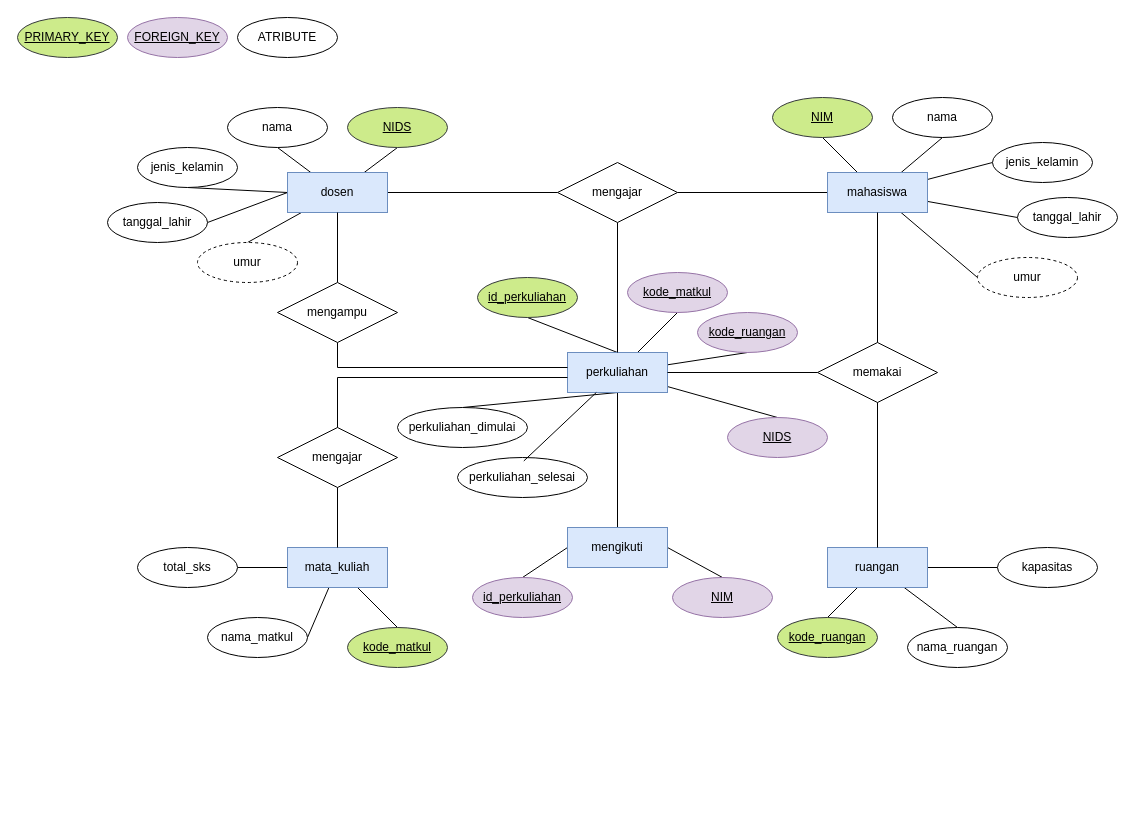
This is revisi erd perkuliahan.drawio from dhendisyafaa/drawio, a draw.io file, before an edit. Source tidied: cells renumbered, new cells numbered last; positions are measured from the earlier drawing's top-left corner, leaving out a move shared by most shapes. Both pictures are drawn from the tidied source at 100%, with x=0, y=0 at pixel (17, 17).
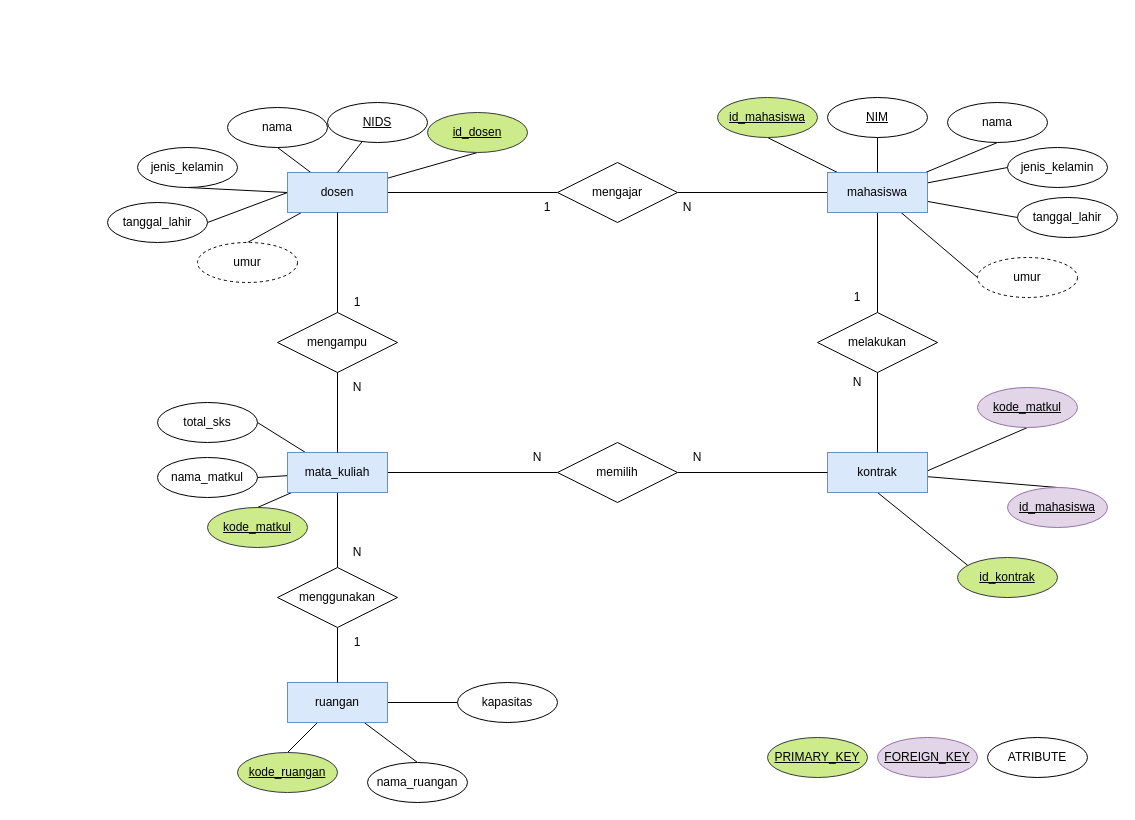
Above is the later version.

Unchanged cells that the change refers to:
```xml
<mxCell id="8" value="mahasiswa" style="whiteSpace=wrap;html=1;align=center;fillColor=#dae8fc;strokeColor=#6c8ebf;" parent="1" vertex="1">
  <mxGeometry x="810" y="155" width="100" height="40" as="geometry" />
</mxCell>
<mxCell id="19" value="dosen" style="whiteSpace=wrap;html=1;align=center;fillColor=#dae8fc;strokeColor=#6c8ebf;" parent="1" vertex="1">
  <mxGeometry x="270" y="155" width="100" height="40" as="geometry" />
</mxCell>
<mxCell id="68" value="mengajar" style="shape=rhombus;perimeter=rhombusPerimeter;whiteSpace=wrap;html=1;align=center;" parent="1" vertex="1">
  <mxGeometry x="540" y="145" width="120" height="60" as="geometry" />
</mxCell>
```

What changed in the source:
```diff
@@
+    <mxCell id="74" style="rounded=0;jettySize=auto;html=1;entryX=0.5;entryY=0;entryDx=0;entryDy=0;endArrow=none;startFill=0;" parent="1" edge="1" source="8" target="82">
+      <mxGeometry relative="1" as="geometry" />
+    </mxCell>
@@
-    <mxCell id="9" value="NIM" style="ellipse;whiteSpace=wrap;html=1;align=center;fontStyle=4;fillColor=#cdeb8b;strokeColor=#36393d;" parent="1" vertex="1">
-      <mxGeometry x="755" y="80" width="100" height="40" as="geometry" />
+    <mxCell id="9" value="id_mahasiswa" style="ellipse;whiteSpace=wrap;html=1;align=center;fontStyle=4;fillColor=#cdeb8b;strokeColor=#36393d;" parent="1" vertex="1">
+      <mxGeometry x="700" y="80" width="100" height="40" as="geometry" />
     </mxCell>
     <mxCell id="10" value="nama" style="ellipse;whiteSpace=wrap;html=1;align=center;" parent="1" vertex="1">
-      <mxGeometry x="875" y="80" width="100" height="40" as="geometry" />
+      <mxGeometry x="930" y="85" width="100" height="40" as="geometry" />
     </mxCell>
     <mxCell id="11" value="jenis_kelamin" style="ellipse;whiteSpace=wrap;html=1;align=center;" parent="1" vertex="1">
-      <mxGeometry x="975" y="125" width="100" height="40" as="geometry" />
+      <mxGeometry x="990" y="130" width="100" height="40" as="geometry" />
     </mxCell>
@@
-    <mxCell id="20" value="NIDS" style="ellipse;whiteSpace=wrap;html=1;align=center;fontStyle=4;fillColor=#cdeb8b;strokeColor=#36393d;" parent="1" vertex="1">
-      <mxGeometry x="330" y="90" width="100" height="40" as="geometry" />
+    <mxCell id="20" value="id_dosen" style="ellipse;whiteSpace=wrap;html=1;align=center;fontStyle=4;fillColor=#cdeb8b;strokeColor=#36393d;" parent="1" vertex="1">
+      <mxGeometry x="410" y="95" width="100" height="40" as="geometry" />
     </mxCell>
@@
+    <mxCell id="75" style="edgeStyle=orthogonalEdgeStyle;rounded=0;jettySize=auto;html=1;entryX=0;entryY=0.5;entryDx=0;entryDy=0;endArrow=none;startFill=0;" parent="1" edge="1" source="27" target="84">
+      <mxGeometry relative="1" as="geometry" />
+    </mxCell>
+    <mxCell id="76" style="edgeStyle=orthogonalEdgeStyle;rounded=0;jettySize=auto;html=1;entryX=0.5;entryY=0;entryDx=0;entryDy=0;endArrow=none;startFill=0;" parent="1" edge="1" source="27" target="86">
+      <mxGeometry relative="1" as="geometry" />
+    </mxCell>
     <mxCell id="27" value="mata_kuliah" style="whiteSpace=wrap;html=1;align=center;fillColor=#dae8fc;strokeColor=#6c8ebf;" parent="1" vertex="1">
-      <mxGeometry x="270" y="530" width="100" height="40" as="geometry" />
+      <mxGeometry x="270" y="435" width="100" height="40" as="geometry" />
     </mxCell>
     <mxCell id="28" value="nama_matkul" style="ellipse;whiteSpace=wrap;html=1;align=center;" parent="1" vertex="1">
-      <mxGeometry x="190" y="600" width="100" height="40" as="geometry" />
+      <mxGeometry x="140" y="440" width="100" height="40" as="geometry" />
     </mxCell>
     <mxCell id="29" value="kode_matkul" style="ellipse;whiteSpace=wrap;html=1;align=center;fontStyle=4;fillColor=#cdeb8b;strokeColor=#36393d;" parent="1" vertex="1">
-      <mxGeometry x="330" y="610" width="100" height="40" as="geometry" />
+      <mxGeometry x="190" y="490" width="100" height="40" as="geometry" />
     </mxCell>
     <mxCell id="30" value="total_sks" style="ellipse;whiteSpace=wrap;html=1;align=center;" parent="1" vertex="1">
-      <mxGeometry x="120" y="530" width="100" height="40" as="geometry" />
+      <mxGeometry x="140" y="385" width="100" height="40" as="geometry" />
     </mxCell>
@@
     <mxCell id="34" value="ruangan" style="whiteSpace=wrap;html=1;align=center;fillColor=#dae8fc;strokeColor=#6c8ebf;" parent="1" vertex="1">
-      <mxGeometry x="810" y="530" width="100" height="40" as="geometry" />
+      <mxGeometry x="270" y="665" width="100" height="40" as="geometry" />
     </mxCell>
     <mxCell id="35" value="kode_ruangan" style="ellipse;whiteSpace=wrap;html=1;align=center;fontStyle=4;fillColor=#cdeb8b;strokeColor=#36393d;" parent="1" vertex="1">
-      <mxGeometry x="760" y="600" width="100" height="40" as="geometry" />
+      <mxGeometry x="220" y="735" width="100" height="40" as="geometry" />
     </mxCell>
     <mxCell id="36" value="nama_ruangan" style="ellipse;whiteSpace=wrap;html=1;align=center;" parent="1" vertex="1">
-      <mxGeometry x="890" y="610" width="100" height="40" as="geometry" />
+      <mxGeometry x="350" y="745" width="100" height="40" as="geometry" />
     </mxCell>
     <mxCell id="37" value="kapasitas" style="ellipse;whiteSpace=wrap;html=1;align=center;" parent="1" vertex="1">
-      <mxGeometry x="980" y="530" width="100" height="40" as="geometry" />
+      <mxGeometry x="440" y="665" width="100" height="40" as="geometry" />
     </mxCell>
@@
-    <mxCell id="39" value="memakai" style="shape=rhombus;perimeter=rhombusPerimeter;whiteSpace=wrap;html=1;align=center;" parent="1" vertex="1">
-      <mxGeometry x="800" y="325" width="120" height="60" as="geometry" />
-    </mxCell>
-    <mxCell id="40" value="mengajar" style="shape=rhombus;perimeter=rhombusPerimeter;whiteSpace=wrap;html=1;align=center;" parent="1" vertex="1">
-      <mxGeometry x="260" y="410" width="120" height="60" as="geometry" />
+    <mxCell id="40" value="mengampu" style="shape=rhombus;perimeter=rhombusPerimeter;whiteSpace=wrap;html=1;align=center;" parent="1" vertex="1">
+      <mxGeometry x="260" y="295" width="120" height="60" as="geometry" />
     </mxCell>
-    <mxCell id="41" style="rounded=0;jettySize=auto;html=1;entryX=0.5;entryY=1;entryDx=0;entryDy=0;endArrow=none;startFill=0;exitX=0.5;exitY=0;exitDx=0;exitDy=0;" parent="1" edge="1" source="48" target="49">
+    <mxCell id="41" style="rounded=0;jettySize=auto;html=1;entryX=0.5;entryY=1;entryDx=0;entryDy=0;endArrow=none;startFill=0;exitX=0.5;exitY=1;exitDx=0;exitDy=0;" parent="1" edge="1" source="48" target="49">
       <mxGeometry relative="1" as="geometry" />
     </mxCell>
-    <mxCell id="42" style="rounded=0;jettySize=auto;html=1;entryX=0.5;entryY=1;entryDx=0;entryDy=0;endArrow=none;startFill=0;" parent="1" edge="1" source="48" target="50">
+    <mxCell id="42" style="rounded=0;jettySize=auto;html=1;entryX=0.5;entryY=1;entryDx=0;entryDy=0;endArrow=none;startFill=0;exitX=0.5;exitY=1;exitDx=0;exitDy=0;" parent="1" edge="1" source="48" target="50">
       <mxGeometry relative="1" as="geometry" />
     </mxCell>
-    <mxCell id="43" style="rounded=0;jettySize=auto;html=1;entryX=0.5;entryY=0;entryDx=0;entryDy=0;endArrow=none;startFill=0;exitX=1;exitY=0.5;exitDx=0;exitDy=0;" parent="1" edge="1" source="72" target="51">
-      <mxGeometry relative="1" as="geometry" />
-    </mxCell>
-    <mxCell id="44" style="rounded=0;jettySize=auto;html=1;entryX=0.5;entryY=1;entryDx=0;entryDy=0;endArrow=none;startFill=0;" parent="1" edge="1" source="48" target="60">
-      <mxGeometry relative="1" as="geometry" />
-    </mxCell>
-    <mxCell id="45" style="rounded=0;jettySize=auto;html=1;entryX=0.5;entryY=0;entryDx=0;entryDy=0;exitX=0.5;exitY=1;exitDx=0;exitDy=0;endArrow=none;startFill=0;" parent="1" edge="1" source="48" target="61">
-      <mxGeometry relative="1" as="geometry" />
-    </mxCell>
-    <mxCell id="46" style="rounded=0;jettySize=auto;html=1;entryX=0.5;entryY=0;entryDx=0;entryDy=0;endArrow=none;startFill=0;" parent="1" edge="1" source="48" target="52">
-      <mxGeometry relative="1" as="geometry" />
-    </mxCell>
-    <mxCell id="47" style="edgeStyle=orthogonalEdgeStyle;rounded=0;jettySize=auto;html=1;endArrow=none;startFill=0;" parent="1" edge="1" source="48" target="72">
-      <mxGeometry relative="1" as="geometry" />
-    </mxCell>
+    <mxCell id="77" style="rounded=0;jettySize=auto;html=1;entryX=0.5;entryY=0;entryDx=0;entryDy=0;endArrow=none;startFill=0;" parent="1" edge="1" source="48" target="78">
+      <mxGeometry relative="1" as="geometry" />
+    </mxCell>
-    <mxCell id="48" value="perkuliahan" style="whiteSpace=wrap;html=1;align=center;fillColor=#dae8fc;strokeColor=#6c8ebf;" parent="1" vertex="1">
-      <mxGeometry x="550" y="335" width="100" height="40" as="geometry" />
+    <mxCell id="48" value="kontrak" style="whiteSpace=wrap;html=1;align=center;fillColor=#dae8fc;strokeColor=#6c8ebf;" parent="1" vertex="1">
+      <mxGeometry x="810" y="435" width="100" height="40" as="geometry" />
     </mxCell>
-    <mxCell id="49" value="id_perkuliahan" style="ellipse;whiteSpace=wrap;html=1;align=center;fontStyle=4;fillColor=#cdeb8b;strokeColor=#36393d;" parent="1" vertex="1">
-      <mxGeometry x="460" y="260" width="100" height="40" as="geometry" />
+    <mxCell id="49" value="id_kontrak" style="ellipse;whiteSpace=wrap;html=1;align=center;fontStyle=4;fillColor=#cdeb8b;strokeColor=#36393d;" parent="1" vertex="1">
+      <mxGeometry x="940" y="540" width="100" height="40" as="geometry" />
     </mxCell>
     <mxCell id="50" value="kode_matkul" style="ellipse;whiteSpace=wrap;html=1;align=center;fillColor=#e1d5e7;strokeColor=#9673a6;fontStyle=4;" parent="1" vertex="1">
-      <mxGeometry x="610" y="255" width="100" height="40" as="geometry" />
+      <mxGeometry x="960" y="370" width="100" height="40" as="geometry" />
     </mxCell>
-    <mxCell id="51" value="NIM" style="ellipse;whiteSpace=wrap;html=1;align=center;fillColor=#e1d5e7;strokeColor=#9673a6;fontStyle=4;" parent="1" vertex="1">
-      <mxGeometry x="655" y="560" width="100" height="40" as="geometry" />
-    </mxCell>
-    <mxCell id="52" value="NIDS" style="ellipse;whiteSpace=wrap;html=1;align=center;fillColor=#e1d5e7;strokeColor=#9673a6;fontStyle=4;" parent="1" vertex="1">
-      <mxGeometry x="710" y="400" width="100" height="40" as="geometry" />
-    </mxCell>
@@
-    <mxCell id="54" style="fontSize=12;html=1;endArrow=none;endFill=1;rounded=0;entryX=0.5;entryY=1;entryDx=0;entryDy=0;exitX=0.5;exitY=0;exitDx=0;exitDy=0;startFill=0;" parent="1" edge="1" source="70" target="19">
+    <mxCell id="54" style="fontSize=12;html=1;endArrow=none;endFill=1;rounded=0;entryX=0.5;entryY=1;entryDx=0;entryDy=0;exitX=0.5;exitY=0;exitDx=0;exitDy=0;startFill=0;" parent="1" edge="1" source="40" target="19">
       <mxGeometry relative="1" as="geometry" />
     </mxCell>
-    <mxCell id="55" style="fontSize=12;html=1;endArrow=none;rounded=0;entryX=0.5;entryY=1;entryDx=0;entryDy=0;exitX=0.5;exitY=0;exitDx=0;exitDy=0;startFill=0;" parent="1" edge="1" source="39" target="8">
-      <mxGeometry relative="1" as="geometry" />
-    </mxCell>
-    <mxCell id="56" style="fontSize=12;html=1;endArrow=none;endFill=1;rounded=0;entryX=0.5;entryY=0;entryDx=0;entryDy=0;exitX=0.5;exitY=1;exitDx=0;exitDy=0;startFill=0;" parent="1" edge="1" source="39" target="34">
-      <mxGeometry relative="1" as="geometry" />
-    </mxCell>
-    <mxCell id="57" style="fontSize=12;html=1;endArrow=none;rounded=0;exitX=0.5;exitY=0;exitDx=0;exitDy=0;startFill=0;edgeStyle=orthogonalEdgeStyle;" parent="1" edge="1" source="40">
-      <mxGeometry relative="1" as="geometry">
-        <mxPoint x="550" y="360" as="targetPoint" />
-        <Array as="points">
-          <mxPoint x="320" y="360" />
-          <mxPoint x="550" y="360" />
-        </Array>
-      </mxGeometry>
-    </mxCell>
-    <mxCell id="58" style="fontSize=12;html=1;endArrow=none;rounded=0;entryX=1;entryY=0.5;entryDx=0;entryDy=0;exitX=0;exitY=0.5;exitDx=0;exitDy=0;startFill=0;" parent="1" edge="1" source="39" target="48">
-      <mxGeometry relative="1" as="geometry" />
-    </mxCell>
@@
-    <mxCell id="60" value="kode_ruangan" style="ellipse;whiteSpace=wrap;html=1;align=center;fillColor=#e1d5e7;strokeColor=#9673a6;fontStyle=4;" parent="1" vertex="1">
-      <mxGeometry x="680" y="295" width="100" height="40" as="geometry" />
-    </mxCell>
-    <mxCell id="61" value="perkuliahan_dimulai" style="ellipse;whiteSpace=wrap;html=1;align=center;" parent="1" vertex="1">
-      <mxGeometry x="380" y="390" width="130" height="40" as="geometry" />
-    </mxCell>
-    <mxCell id="62" value="perkuliahan_selesai" style="ellipse;whiteSpace=wrap;html=1;align=center;" parent="1" vertex="1">
-      <mxGeometry x="440" y="440" width="130" height="40" as="geometry" />
-    </mxCell>
-    <mxCell id="63" style="rounded=0;jettySize=auto;html=1;entryX=0.51;entryY=0.087;entryDx=0;entryDy=0;entryPerimeter=0;endArrow=none;startFill=0;" parent="1" edge="1" source="48" target="62">
-      <mxGeometry relative="1" as="geometry" />
-    </mxCell>
     <mxCell id="64" value="PRIMARY_KEY" style="ellipse;whiteSpace=wrap;html=1;align=center;fontStyle=4;fillColor=#cdeb8b;strokeColor=#36393d;" parent="1" vertex="1">
-      <mxGeometry width="100" height="40" as="geometry" />
+      <mxGeometry x="750" y="720" width="100" height="40" as="geometry" />
     </mxCell>
     <mxCell id="65" value="FOREIGN_KEY" style="ellipse;whiteSpace=wrap;html=1;align=center;fillColor=#e1d5e7;strokeColor=#9673a6;fontStyle=4;" parent="1" vertex="1">
-      <mxGeometry x="110" width="100" height="40" as="geometry" />
+      <mxGeometry x="860" y="720" width="100" height="40" as="geometry" />
     </mxCell>
     <mxCell id="66" value="ATRIBUTE" style="ellipse;whiteSpace=wrap;html=1;align=center;" parent="1" vertex="1">
-      <mxGeometry x="220" width="100" height="40" as="geometry" />
+      <mxGeometry x="970" y="720" width="100" height="40" as="geometry" />
     </mxCell>
-    <mxCell id="67" style="edgeStyle=orthogonalEdgeStyle;rounded=0;jettySize=auto;html=1;entryX=0.5;entryY=0;entryDx=0;entryDy=0;endArrow=none;startFill=0;" parent="1" edge="1" source="68" target="48">
-      <mxGeometry relative="1" as="geometry" />
-    </mxCell>
@@
-    <mxCell id="69" style="edgeStyle=orthogonalEdgeStyle;rounded=0;jettySize=auto;html=1;entryX=0;entryY=0.375;entryDx=0;entryDy=0;exitX=0.5;exitY=1;exitDx=0;exitDy=0;endArrow=none;startFill=0;entryPerimeter=0;" parent="1" edge="1" source="70" target="48">
-      <mxGeometry relative="1" as="geometry">
-        <Array as="points">
-          <mxPoint x="320" y="350" />
-        </Array>
-      </mxGeometry>
-    </mxCell>
-    <mxCell id="70" value="mengampu" style="shape=rhombus;perimeter=rhombusPerimeter;whiteSpace=wrap;html=1;align=center;" parent="1" vertex="1">
-      <mxGeometry x="260" y="265" width="120" height="60" as="geometry" />
-    </mxCell>
-    <mxCell id="71" style="rounded=0;jettySize=auto;html=1;entryX=0.5;entryY=0;entryDx=0;entryDy=0;endArrow=none;startFill=0;exitX=0;exitY=0.5;exitDx=0;exitDy=0;" parent="1" edge="1" source="72" target="73">
-      <mxGeometry relative="1" as="geometry" />
-    </mxCell>
-    <mxCell id="72" value="mengikuti" style="whiteSpace=wrap;html=1;align=center;fillColor=#dae8fc;strokeColor=#6c8ebf;" parent="1" vertex="1">
-      <mxGeometry x="550" y="510" width="100" height="40" as="geometry" />
-    </mxCell>
-    <mxCell id="73" value="id_perkuliahan" style="ellipse;whiteSpace=wrap;html=1;align=center;fontStyle=4;fillColor=#e1d5e7;strokeColor=#9673a6;" parent="1" vertex="1">
-      <mxGeometry x="455" y="560" width="100" height="40" as="geometry" />
-    </mxCell>
+    <mxCell id="78" value="id_mahasiswa" style="ellipse;whiteSpace=wrap;html=1;align=center;fillColor=#e1d5e7;strokeColor=#9673a6;fontStyle=4;" parent="1" vertex="1">
+      <mxGeometry x="990" y="470" width="100" height="40" as="geometry" />
+    </mxCell>
+    <mxCell id="79" style="rounded=0;jettySize=auto;html=1;entryX=0.5;entryY=0;entryDx=0;entryDy=0;endArrow=none;startFill=0;" parent="1" edge="1" source="51" target="8">
+      <mxGeometry relative="1" as="geometry" />
+    </mxCell>
+    <mxCell id="51" value="NIM" style="ellipse;whiteSpace=wrap;html=1;align=center;fontStyle=4;" parent="1" vertex="1">
+      <mxGeometry x="810" y="80" width="100" height="40" as="geometry" />
+    </mxCell>
+    <mxCell id="80" style="rounded=0;jettySize=auto;html=1;entryX=0.5;entryY=0;entryDx=0;entryDy=0;endArrow=none;startFill=0;" parent="1" edge="1" source="52" target="19">
+      <mxGeometry relative="1" as="geometry" />
+    </mxCell>
+    <mxCell id="52" value="NIDS" style="ellipse;whiteSpace=wrap;html=1;align=center;fontStyle=4;" parent="1" vertex="1">
+      <mxGeometry x="310" y="85" width="100" height="40" as="geometry" />
+    </mxCell>
+    <mxCell id="81" style="rounded=0;jettySize=auto;html=1;entryX=0.5;entryY=0;entryDx=0;entryDy=0;endArrow=none;startFill=0;" parent="1" edge="1" source="82" target="48">
+      <mxGeometry relative="1" as="geometry" />
+    </mxCell>
+    <mxCell id="82" value="melakukan" style="shape=rhombus;perimeter=rhombusPerimeter;whiteSpace=wrap;html=1;align=center;" parent="1" vertex="1">
+      <mxGeometry x="800" y="295" width="120" height="60" as="geometry" />
+    </mxCell>
+    <mxCell id="83" style="edgeStyle=orthogonalEdgeStyle;rounded=0;jettySize=auto;html=1;entryX=0;entryY=0.5;entryDx=0;entryDy=0;endArrow=none;startFill=0;" parent="1" edge="1" source="84" target="48">
+      <mxGeometry relative="1" as="geometry" />
+    </mxCell>
+    <mxCell id="84" value="memilih" style="shape=rhombus;perimeter=rhombusPerimeter;whiteSpace=wrap;html=1;align=center;" parent="1" vertex="1">
+      <mxGeometry x="540" y="425" width="120" height="60" as="geometry" />
+    </mxCell>
+    <mxCell id="85" style="edgeStyle=orthogonalEdgeStyle;rounded=0;jettySize=auto;html=1;entryX=0.5;entryY=0;entryDx=0;entryDy=0;endArrow=none;startFill=0;" parent="1" edge="1" source="86" target="34">
+      <mxGeometry relative="1" as="geometry" />
+    </mxCell>
+    <mxCell id="86" value="menggunakan" style="shape=rhombus;perimeter=rhombusPerimeter;whiteSpace=wrap;html=1;align=center;" parent="1" vertex="1">
+      <mxGeometry x="260" y="550" width="120" height="60" as="geometry" />
+    </mxCell>
+    <mxCell id="87" value="1" style="text;html=1;align=center;verticalAlign=middle;whiteSpace=wrap;rounded=0;" parent="1" vertex="1">
+      <mxGeometry x="500" y="175" width="60" height="30" as="geometry" />
+    </mxCell>
+    <mxCell id="88" value="N" style="text;html=1;align=center;verticalAlign=middle;whiteSpace=wrap;rounded=0;" parent="1" vertex="1">
+      <mxGeometry x="640" y="175" width="60" height="30" as="geometry" />
+    </mxCell>
+    <mxCell id="89" value="1" style="text;html=1;align=center;verticalAlign=middle;whiteSpace=wrap;rounded=0;" parent="1" vertex="1">
+      <mxGeometry x="810" y="265" width="60" height="30" as="geometry" />
+    </mxCell>
+    <mxCell id="90" value="N" style="text;html=1;align=center;verticalAlign=middle;whiteSpace=wrap;rounded=0;" parent="1" vertex="1">
+      <mxGeometry x="810" y="350" width="60" height="30" as="geometry" />
+    </mxCell>
+    <mxCell id="91" value="1" style="text;html=1;align=center;verticalAlign=middle;whiteSpace=wrap;rounded=0;" parent="1" vertex="1">
+      <mxGeometry x="310" y="610" width="60" height="30" as="geometry" />
+    </mxCell>
+    <mxCell id="92" value="N" style="text;html=1;align=center;verticalAlign=middle;whiteSpace=wrap;rounded=0;" parent="1" vertex="1">
+      <mxGeometry x="310" y="520" width="60" height="30" as="geometry" />
+    </mxCell>
+    <mxCell id="93" value="N" style="text;html=1;align=center;verticalAlign=middle;whiteSpace=wrap;rounded=0;" parent="1" vertex="1">
+      <mxGeometry x="310" y="355" width="60" height="30" as="geometry" />
+    </mxCell>
+    <mxCell id="94" value="1" style="text;html=1;align=center;verticalAlign=middle;whiteSpace=wrap;rounded=0;" parent="1" vertex="1">
+      <mxGeometry x="310" y="270" width="60" height="30" as="geometry" />
+    </mxCell>
+    <mxCell id="95" value="N" style="text;html=1;align=center;verticalAlign=middle;whiteSpace=wrap;rounded=0;" parent="1" vertex="1">
+      <mxGeometry x="490" y="425" width="60" height="30" as="geometry" />
+    </mxCell>
+    <mxCell id="96" value="N" style="text;html=1;align=center;verticalAlign=middle;whiteSpace=wrap;rounded=0;" parent="1" vertex="1">
+      <mxGeometry x="650" y="425" width="60" height="30" as="geometry" />
+    </mxCell>
```
